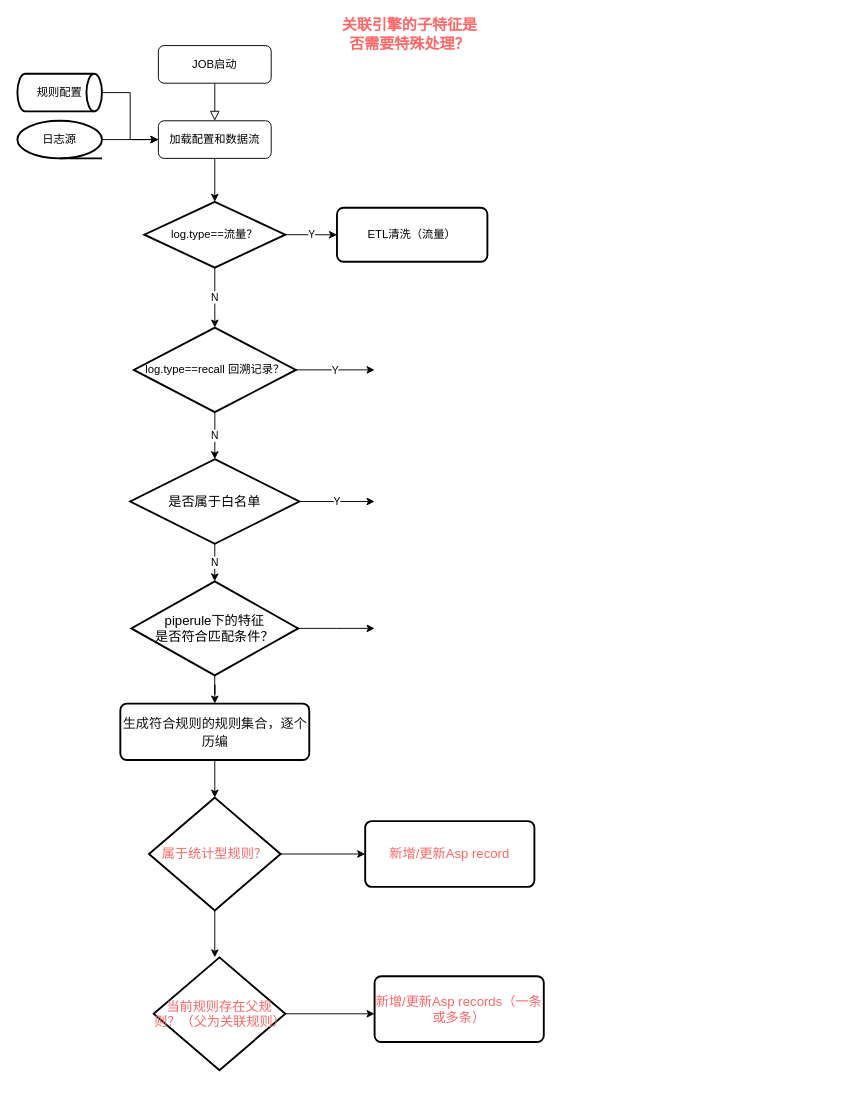
Earlier version of the draw.io diagram 分析引擎-特征前置过滤流程.drawio (liujianqun/draw). Source tidied: cells renumbered, new cells numbered last; positions are measured from the earlier drawing's top-left corner, leaving out a move shared by most shapes. Both pictures are drawn from the tidied source at 94%, with x=0, y=0 at pixel (17, 26).
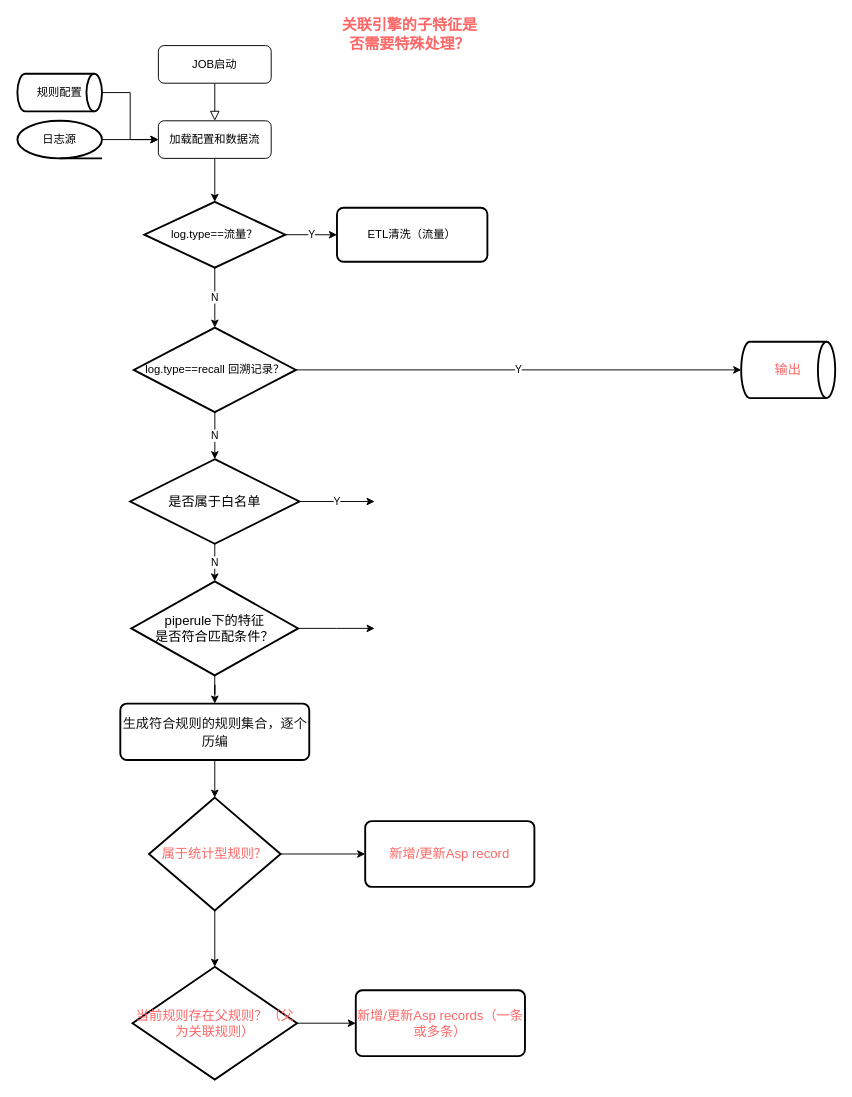
The same diagram, later.

Commit message (it also covers changes not shown here):
Update 分析引擎-特征前置过滤流程.drawio

The change refers to these unchanged cells:
```xml
<mxCell id="16" value="log.type==recall 回溯记录？" style="strokeWidth=2;html=1;shape=mxgraph.flowchart.decision;whiteSpace=wrap;" parent="1" vertex="1">
  <mxGeometry x="123.8" y="320" width="172.5" height="90" as="geometry" />
</mxCell>
<mxCell id="28" value="属于统计型规则？" style="strokeWidth=2;html=1;shape=mxgraph.flowchart.decision;whiteSpace=wrap;fontSize=14;fontColor=#FF6666;" parent="1" vertex="1">
  <mxGeometry x="140" y="820" width="140" height="120" as="geometry" />
</mxCell>
```

Diff of the diagram source:
```diff
@@
-    <mxCell id="14" value="Y" style="edgeStyle=orthogonalEdgeStyle;rounded=0;jettySize=auto;html=1;exitX=1;exitY=0.5;exitDx=0;exitDy=0;exitPerimeter=0;" parent="1" edge="1" source="16">
-      <mxGeometry relative="1" as="geometry">
-        <mxPoint x="380" y="365" as="targetPoint" />
-      </mxGeometry>
+    <mxCell id="14" value="Y" style="edgeStyle=orthogonalEdgeStyle;rounded=0;jettySize=auto;html=1;exitX=1;exitY=0.5;exitDx=0;exitDy=0;exitPerimeter=0;entryX=0;entryY=0.5;entryDx=0;entryDy=0;entryPerimeter=0;" parent="1" edge="1" source="16" target="33">
+      <mxGeometry relative="1" as="geometry" />
     </mxCell>
@@
-    <mxCell id="27" style="edgeStyle=orthogonalEdgeStyle;rounded=0;jettySize=auto;html=1;fontSize=14;fontColor=#FF6666;" parent="1" edge="1" source="28">
-      <mxGeometry relative="1" as="geometry">
-        <mxPoint x="210" y="990" as="targetPoint" />
-      </mxGeometry>
+    <mxCell id="27" style="edgeStyle=orthogonalEdgeStyle;rounded=0;jettySize=auto;html=1;fontSize=14;fontColor=#FF6666;entryX=0.5;entryY=0;entryDx=0;entryDy=0;entryPerimeter=0;" parent="1" edge="1" source="28" target="31">
+      <mxGeometry relative="1" as="geometry" />
     </mxCell>
@@
-    <mxCell id="30" style="edgeStyle=orthogonalEdgeStyle;rounded=0;jettySize=auto;html=1;exitX=1;exitY=0.5;exitDx=0;exitDy=0;exitPerimeter=0;fontSize=14;fontColor=#FF6666;" parent="1" edge="1" source="31">
-      <mxGeometry relative="1" as="geometry">
-        <mxPoint x="380" y="1050" as="targetPoint" />
-      </mxGeometry>
+    <mxCell id="30" style="edgeStyle=orthogonalEdgeStyle;rounded=0;jettySize=auto;html=1;exitX=1;exitY=0.5;exitDx=0;exitDy=0;exitPerimeter=0;fontSize=14;fontColor=#FF6666;entryX=0;entryY=0.5;entryDx=0;entryDy=0;" parent="1" edge="1" source="31" target="32">
+      <mxGeometry relative="1" as="geometry" />
     </mxCell>
     <mxCell id="31" value="当前规则存在父规则？（父为关联规则）" style="strokeWidth=2;html=1;shape=mxgraph.flowchart.decision;whiteSpace=wrap;fontSize=14;fontColor=#FF6666;" parent="1" vertex="1">
-      <mxGeometry x="145" y="990" width="140" height="120" as="geometry" />
+      <mxGeometry x="122.5" y="1000" width="175" height="120" as="geometry" />
     </mxCell>
     <mxCell id="32" value="新增/更新Asp records（一条或多条）" style="rounded=1;whiteSpace=wrap;html=1;absoluteArcSize=1;arcSize=14;strokeWidth=2;fontSize=14;fontColor=#FF6666;" parent="1" vertex="1">
-      <mxGeometry x="380" y="1010" width="180" height="70" as="geometry" />
+      <mxGeometry x="360" y="1025" width="180" height="70" as="geometry" />
     </mxCell>
+    <mxCell id="33" value="输出" style="strokeWidth=2;html=1;shape=mxgraph.flowchart.direct_data;whiteSpace=wrap;fontSize=14;fontColor=#FF6666;" parent="1" vertex="1">
+      <mxGeometry x="770" y="335" width="100" height="60" as="geometry" />
+    </mxCell>
```
